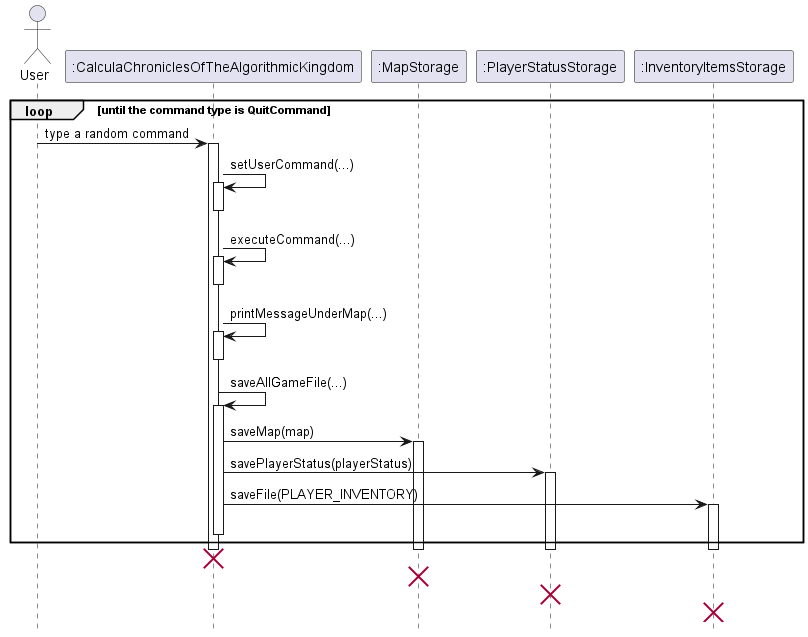
aaravrawal52/tp keeps this PlantUML diagram as picture/SavingFeature.png. Above is the earlier version. Source of this version:
```plantuml
@startuml
hide footbox

actor User


participant ":CalculaChroniclesOfTheAlgorithmicKingdom" as mainClass
participant ":MapStorage" as MapStorage
participant ":PlayerStatusStorage" as PlayerStatusStorage
participant ":InventoryItemsStorage" as InventoryItemsStorage


loop until the command type is QuitCommand
    User -> mainClass:type a random command
    activate mainClass
    mainClass -> mainClass: setUserCommand(...)
    activate mainClass
    deactivate mainClass
    mainClass -> mainClass: executeCommand(...)
    activate mainClass
    deactivate mainClass
    mainClass -> mainClass: printMessageUnderMap(...)
    activate mainClass
    deactivate mainClass
    mainClass -> mainClass: saveAllGameFile(...)
    activate mainClass
    mainClass -> MapStorage:saveMap(map)
    activate MapStorage
    mainClass -> PlayerStatusStorage:savePlayerStatus(playerStatus)
    activate PlayerStatusStorage
    mainClass -> InventoryItemsStorage:saveFile(PLAYER_INVENTORY)
    activate InventoryItemsStorage
    deactivate mainClass
end

deactivate mainClass
deactivate MapStorage
deactivate PlayerStatusStorage
deactivate InventoryItemsStorage
destroy mainClass
destroy MapStorage
destroy PlayerStatusStorage
destroy InventoryItemsStorage
@enduml
```
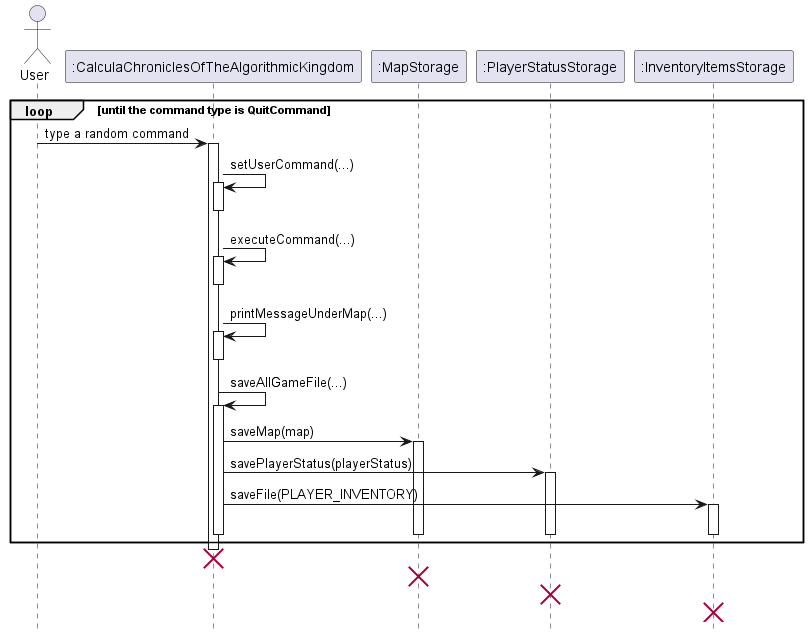
Above is the later version.

Commit message:
Fix saving feature implementation error

Change to the diagram source:
```diff
@@ -31,12 +31,13 @@
     mainClass -> InventoryItemsStorage:saveFile(PLAYER_INVENTORY)
     activate InventoryItemsStorage
     deactivate mainClass
+    deactivate MapStorage
+    deactivate PlayerStatusStorage
+    deactivate InventoryItemsStorage
 end
 
 deactivate mainClass
-deactivate MapStorage
-deactivate PlayerStatusStorage
-deactivate InventoryItemsStorage
+
 destroy mainClass
 destroy MapStorage
 destroy PlayerStatusStorage
```
